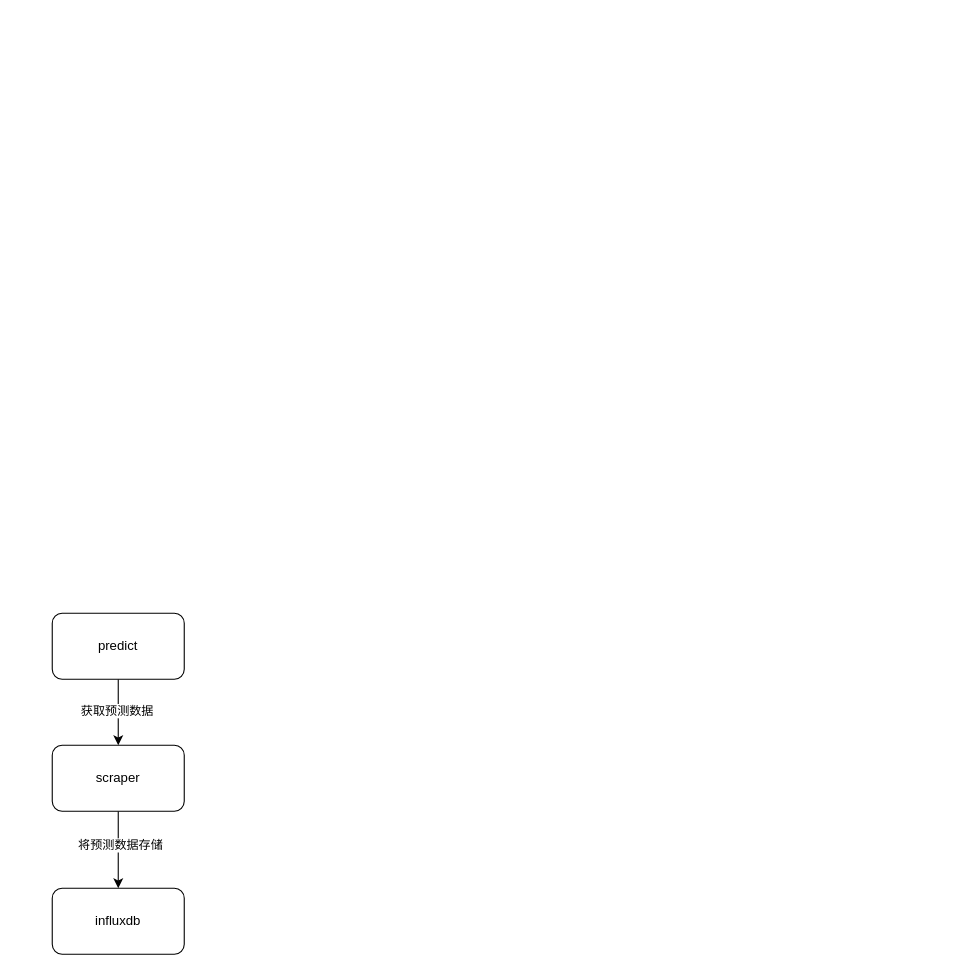
Before: 存储.drawio in wupei-w/diagrams, a draw.io diagram. Source tidied: cells renumbered, new cells numbered last; positions are measured from the earlier drawing's top-left corner, leaving out a move shared by most shapes. Both pictures are drawn from the tidied source at 110%, with x=0, y=0 at pixel (52, 613).
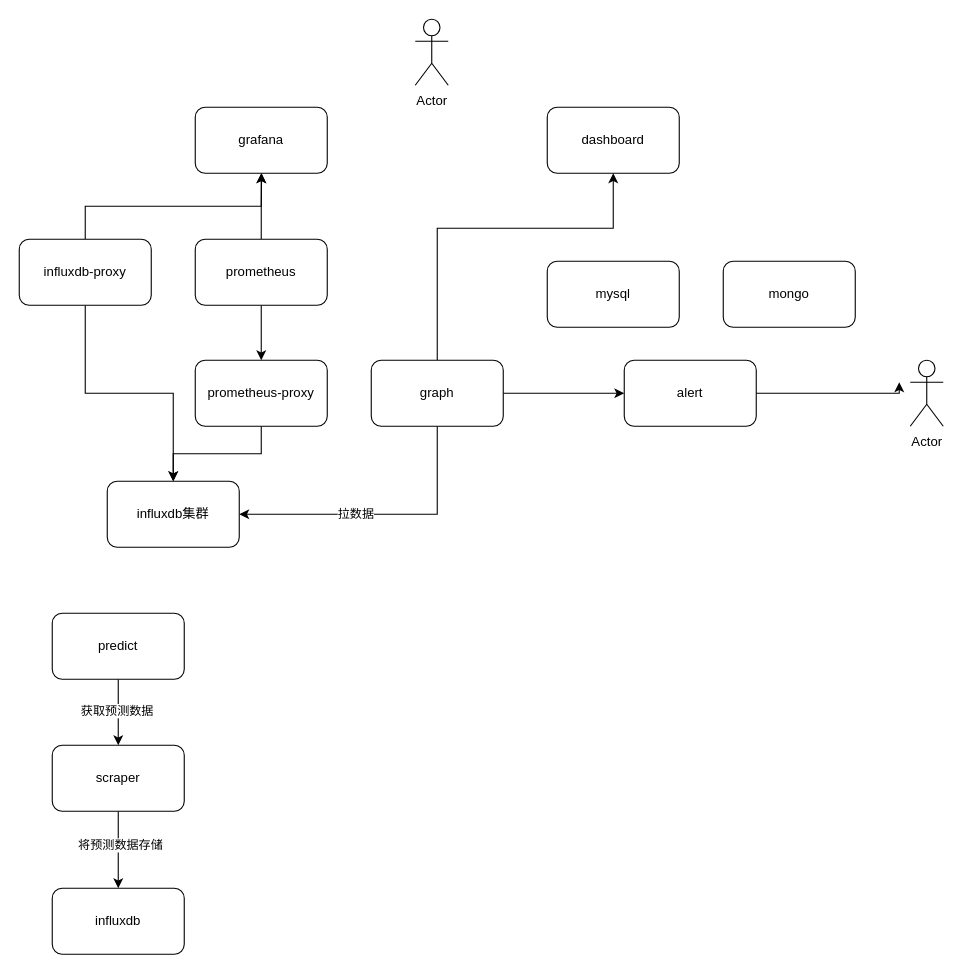
Above is the later version.

What changed in the source:
```diff
@@
+    <mxCell id="9" value="Actor" style="shape=umlActor;verticalLabelPosition=bottom;verticalAlign=top;html=1;" parent="1" vertex="1">
+      <mxGeometry x="330" y="-540" width="30" height="60" as="geometry" />
+    </mxCell>
+    <mxCell id="10" value="grafana" style="rounded=1;whiteSpace=wrap;html=1;" parent="1" vertex="1">
+      <mxGeometry x="130" y="-460" width="120" height="60" as="geometry" />
+    </mxCell>
+    <mxCell id="11" value="dashboard" style="rounded=1;whiteSpace=wrap;html=1;" parent="1" vertex="1">
+      <mxGeometry x="450" y="-460" width="120" height="60" as="geometry" />
+    </mxCell>
+    <mxCell id="12" style="edgeStyle=orthogonalEdgeStyle;rounded=0;jettySize=auto;html=1;exitX=0.5;exitY=1;exitDx=0;exitDy=0;" parent="1" edge="1" source="14" target="15">
+      <mxGeometry relative="1" as="geometry" />
+    </mxCell>
+    <mxCell id="13" style="edgeStyle=orthogonalEdgeStyle;rounded=0;jettySize=auto;html=1;exitX=0.5;exitY=0;exitDx=0;exitDy=0;entryX=0.5;entryY=1;entryDx=0;entryDy=0;" parent="1" edge="1" source="14" target="10">
+      <mxGeometry relative="1" as="geometry" />
+    </mxCell>
+    <mxCell id="14" value="influxdb-proxy" style="rounded=1;whiteSpace=wrap;html=1;" parent="1" vertex="1">
+      <mxGeometry x="-30" y="-340" width="120" height="60" as="geometry" />
+    </mxCell>
+    <mxCell id="15" value="influxdb集群" style="rounded=1;whiteSpace=wrap;html=1;" parent="1" vertex="1">
+      <mxGeometry x="50" y="-120" width="120" height="60" as="geometry" />
+    </mxCell>
+    <mxCell id="16" style="edgeStyle=orthogonalEdgeStyle;rounded=0;jettySize=auto;html=1;entryX=1;entryY=0.5;entryDx=0;entryDy=0;" parent="1" edge="1" source="20" target="15">
+      <mxGeometry relative="1" as="geometry">
+        <Array as="points">
+          <mxPoint x="350" y="-90" />
+        </Array>
+      </mxGeometry>
+    </mxCell>
+    <mxCell id="17" value="拉数据" style="edgeLabel;html=1;align=center;verticalAlign=middle;" parent="16" vertex="1">
+      <mxGeometry x="0.19" y="-1" relative="1" as="geometry" />
+    </mxCell>
+    <mxCell id="18" style="edgeStyle=orthogonalEdgeStyle;rounded=0;jettySize=auto;html=1;exitX=0.5;exitY=0;exitDx=0;exitDy=0;entryX=0.5;entryY=1;entryDx=0;entryDy=0;" parent="1" edge="1" source="20" target="11">
+      <mxGeometry relative="1" as="geometry">
+        <Array as="points">
+          <mxPoint x="350" y="-350" />
+          <mxPoint x="510" y="-350" />
+        </Array>
+      </mxGeometry>
+    </mxCell>
+    <mxCell id="19" style="edgeStyle=orthogonalEdgeStyle;rounded=0;jettySize=auto;html=1;exitX=1;exitY=0.5;exitDx=0;exitDy=0;" parent="1" edge="1" source="20" target="29">
+      <mxGeometry relative="1" as="geometry" />
+    </mxCell>
+    <mxCell id="20" value="graph" style="rounded=1;whiteSpace=wrap;html=1;" parent="1" vertex="1">
+      <mxGeometry x="290" y="-230" width="120" height="60" as="geometry" />
+    </mxCell>
+    <mxCell id="21" style="edgeStyle=orthogonalEdgeStyle;rounded=0;jettySize=auto;html=1;exitX=0.5;exitY=1;exitDx=0;exitDy=0;entryX=0.5;entryY=0;entryDx=0;entryDy=0;" parent="1" edge="1" source="23" target="25">
+      <mxGeometry relative="1" as="geometry" />
+    </mxCell>
+    <mxCell id="22" style="edgeStyle=orthogonalEdgeStyle;rounded=0;jettySize=auto;html=1;exitX=0.5;exitY=0;exitDx=0;exitDy=0;" parent="1" edge="1" source="23">
+      <mxGeometry relative="1" as="geometry">
+        <mxPoint x="190.3" y="-400" as="targetPoint" />
+      </mxGeometry>
+    </mxCell>
+    <mxCell id="23" value="prometheus" style="rounded=1;whiteSpace=wrap;html=1;" parent="1" vertex="1">
+      <mxGeometry x="130" y="-340" width="120" height="60" as="geometry" />
+    </mxCell>
+    <mxCell id="24" style="edgeStyle=orthogonalEdgeStyle;rounded=0;jettySize=auto;html=1;exitX=0.5;exitY=1;exitDx=0;exitDy=0;entryX=0.5;entryY=0;entryDx=0;entryDy=0;" parent="1" edge="1" source="25" target="15">
+      <mxGeometry relative="1" as="geometry" />
+    </mxCell>
+    <mxCell id="25" value="prometheus-proxy" style="rounded=1;whiteSpace=wrap;html=1;" parent="1" vertex="1">
+      <mxGeometry x="130" y="-230" width="120" height="60" as="geometry" />
+    </mxCell>
+    <mxCell id="26" value="mysql" style="rounded=1;whiteSpace=wrap;html=1;" parent="1" vertex="1">
+      <mxGeometry x="450" y="-320" width="120" height="60" as="geometry" />
+    </mxCell>
+    <mxCell id="27" value="mongo" style="rounded=1;whiteSpace=wrap;html=1;" parent="1" vertex="1">
+      <mxGeometry x="610" y="-320" width="120" height="60" as="geometry" />
+    </mxCell>
+    <mxCell id="28" style="edgeStyle=orthogonalEdgeStyle;rounded=0;jettySize=auto;html=1;" parent="1" edge="1" source="29">
+      <mxGeometry relative="1" as="geometry">
+        <mxPoint x="770" y="-210" as="targetPoint" />
+        <Array as="points">
+          <mxPoint x="770" y="-200" />
+        </Array>
+      </mxGeometry>
+    </mxCell>
+    <mxCell id="29" value="alert" style="rounded=1;whiteSpace=wrap;html=1;" parent="1" vertex="1">
+      <mxGeometry x="520" y="-230" width="120" height="60" as="geometry" />
+    </mxCell>
+    <mxCell id="30" value="Actor" style="shape=umlActor;verticalLabelPosition=bottom;verticalAlign=top;html=1;" parent="1" vertex="1">
+      <mxGeometry x="780" y="-230" width="30" height="60" as="geometry" />
+    </mxCell>
```
